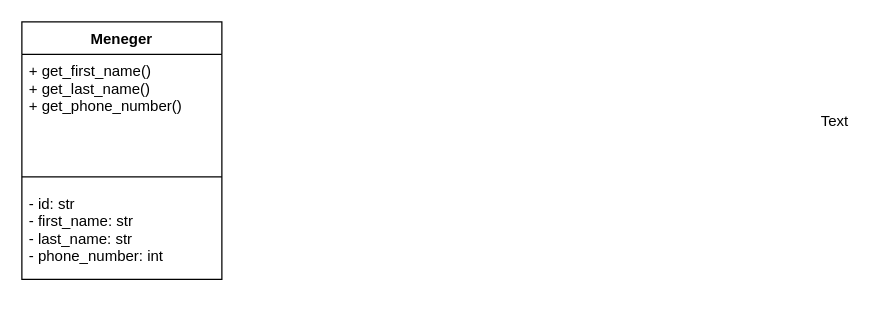
The draw.io diagram page "Page-1" (1 of 2) of Untitled Diagram.drawio in Argam431/PYTHON3-2, before the edit. Source tidied: cells renumbered, new cells numbered last; positions are measured from the earlier drawing's top-left corner, leaving out a move shared by most shapes. Both pictures are drawn from the tidied source at 125%, with x=0, y=0 at pixel (21, 21).
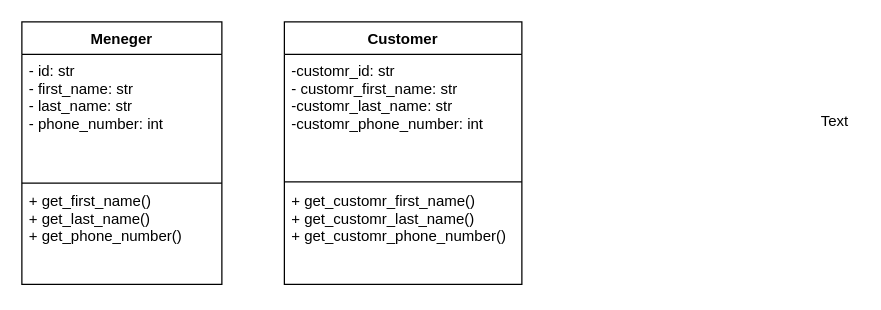
After the change.

Change to the diagram source:
```diff
@@
 <mxGraphModel>
   <root>
     <mxCell id="0" />
     <mxCell id="1" parent="0" />
     <mxCell id="2" value="Meneger" style="swimlane;fontStyle=1;align=center;verticalAlign=top;horizontal=1;startSize=26;" parent="1" vertex="1">
-      <mxGeometry width="160" height="206" as="geometry" />
+      <mxGeometry width="160" height="210" as="geometry" />
     </mxCell>
+    <mxCell id="5" value="- id: str&#10;- first_name: str &#10;- last_name: str&#10;- phone_number: int" style="text;strokeColor=none;fillColor=none;align=left;verticalAlign=top;spacingLeft=4;spacingRight=4;overflow=hidden;" parent="2" vertex="1">
+      <mxGeometry y="26" width="160" height="104" as="geometry" />
+    </mxCell>
     <mxCell id="3" value="+ get_first_name()&#10;+ get_last_name()&#10;+ get_phone_number()" style="text;strokeColor=none;fillColor=none;align=left;verticalAlign=top;spacingLeft=4;spacingRight=4;overflow=hidden;" parent="2" vertex="1">
-      <mxGeometry y="26" width="160" height="90" as="geometry" />
+      <mxGeometry y="130" width="160" height="80" as="geometry" />
     </mxCell>
+    <mxCell id="6" value="Text" style="text;html=1;align=center;verticalAlign=middle;strokeColor=none;" parent="1" vertex="1">
+      <mxGeometry x="630" y="70" width="40" height="20" as="geometry" />
+    </mxCell>
+    <mxCell id="7" value="Customer" style="swimlane;fontStyle=1;align=center;verticalAlign=top;horizontal=1;startSize=26;" parent="1" vertex="1">
+      <mxGeometry x="210" width="190" height="210" as="geometry" />
+    </mxCell>
+    <mxCell id="8" value="-customr_id: str&#10;- customr_first_name: str &#10;-customr_last_name: str&#10;-customr_phone_number: int" style="text;strokeColor=none;fillColor=none;align=left;verticalAlign=top;spacingLeft=4;spacingRight=4;overflow=hidden;" parent="7" vertex="1">
+      <mxGeometry y="26" width="190" height="104" as="geometry" />
+    </mxCell>
+    <mxCell id="9" value="+ get_customr_first_name()&#10;+ get_customr_last_name()&#10;+ get_customr_phone_number()" style="text;strokeColor=none;fillColor=none;align=left;verticalAlign=top;spacingLeft=4;spacingRight=4;overflow=hidden;" parent="7" vertex="1">
+      <mxGeometry y="130" width="190" height="80" as="geometry" />
+    </mxCell>
+    <mxCell id="10" style="line;strokeWidth=1;fillColor=none;align=left;verticalAlign=middle;spacingTop=-1;spacingLeft=3;spacingRight=3;labelPosition=right;" parent="1" vertex="1">
+      <mxGeometry x="210" y="120" width="190" height="16" as="geometry" />
+    </mxCell>
-    <mxCell id="4" style="line;strokeWidth=1;fillColor=none;align=left;verticalAlign=middle;spacingTop=-1;spacingLeft=3;spacingRight=3;labelPosition=right;" parent="2" vertex="1">
-      <mxGeometry y="116" width="160" height="16" as="geometry" />
+    <mxCell id="4" style="line;strokeWidth=1;fillColor=none;align=left;verticalAlign=middle;spacingTop=-1;spacingLeft=3;spacingRight=3;labelPosition=right;" parent="1" vertex="1">
+      <mxGeometry y="121" width="160" height="16" as="geometry" />
     </mxCell>
-    <mxCell id="5" value="- id: str&#10;- first_name: str &#10;- last_name: str&#10;- phone_number: int" style="text;strokeColor=none;fillColor=none;align=left;verticalAlign=top;spacingLeft=4;spacingRight=4;overflow=hidden;" parent="2" vertex="1">
-      <mxGeometry y="132" width="160" height="74" as="geometry" />
-    </mxCell>
-    <mxCell id="6" value="Text" style="text;html=1;align=center;verticalAlign=middle;strokeColor=none;" parent="1" vertex="1">
-      <mxGeometry x="630" y="70" width="40" height="20" as="geometry" />
-    </mxCell>
   </root>
 </mxGraphModel>
```
